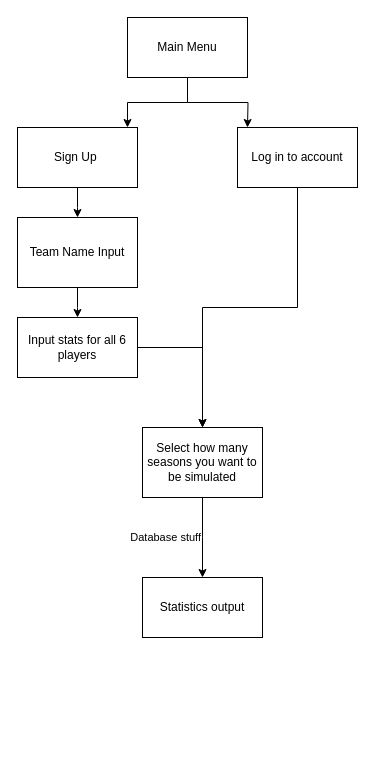
tomdoz/FiveAsideDreamLeagueSim keeps this draw.io diagram as Untitled Diagram.drawio. Above is the earlier version. Source tidied: cells renumbered, new cells numbered last; positions are measured from the earlier drawing's top-left corner, leaving out a move shared by most shapes. Both pictures are drawn from the tidied source at 100%, with x=0, y=0 at pixel (17, 17).
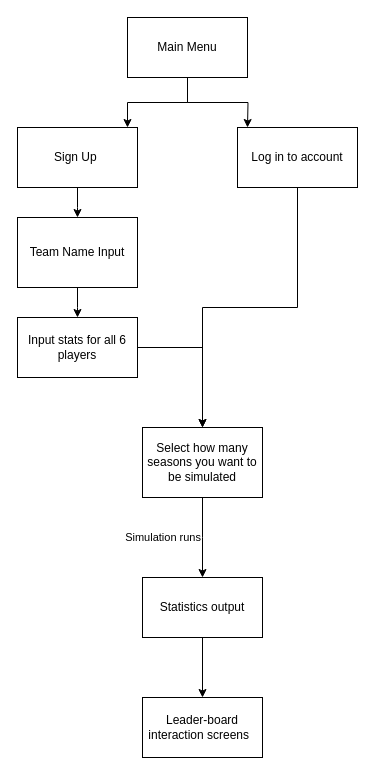
The same diagram, later.

Unchanged cells that the change refers to:
```xml
<mxCell id="14" value="Select how many seasons you want to be simulated" style="rounded=0;whiteSpace=wrap;html=1;" parent="1" vertex="1">
  <mxGeometry x="125" y="410" width="120" height="70" as="geometry" />
</mxCell>
<mxCell id="15" value="Statistics output" style="rounded=0;whiteSpace=wrap;html=1;" parent="1" vertex="1">
  <mxGeometry x="125" y="560" width="120" height="60" as="geometry" />
</mxCell>
```

Change to the diagram source:
```diff
@@
-    <mxCell id="13" value="Database stuff" style="edgeStyle=orthogonalEdgeStyle;rounded=0;jettySize=auto;html=1;entryX=0.5;entryY=0;entryDx=0;entryDy=0;align=right;" parent="1" edge="1" source="14" target="15">
+    <mxCell id="13" value="Simulation runs" style="edgeStyle=orthogonalEdgeStyle;rounded=0;jettySize=auto;html=1;entryX=0.5;entryY=0;entryDx=0;entryDy=0;align=right;" parent="1" edge="1" source="14" target="15">
       <mxGeometry relative="1" as="geometry">
         <Array as="points">
           <mxPoint x="185" y="520" />
           <mxPoint x="185" y="520" />
         </Array>
       </mxGeometry>
     </mxCell>
@@
+    <mxCell id="16" style="edgeStyle=orthogonalEdgeStyle;rounded=0;jettySize=auto;html=1;entryX=0.5;entryY=0;entryDx=0;entryDy=0;" parent="1" edge="1" source="15" target="17">
+      <mxGeometry relative="1" as="geometry" />
+    </mxCell>
@@
+    <mxCell id="17" value="Leader-board interaction screens&amp;nbsp;&amp;nbsp;" style="rounded=0;whiteSpace=wrap;html=1;" parent="1" vertex="1">
+      <mxGeometry x="125" y="680" width="120" height="60" as="geometry" />
+    </mxCell>
```
